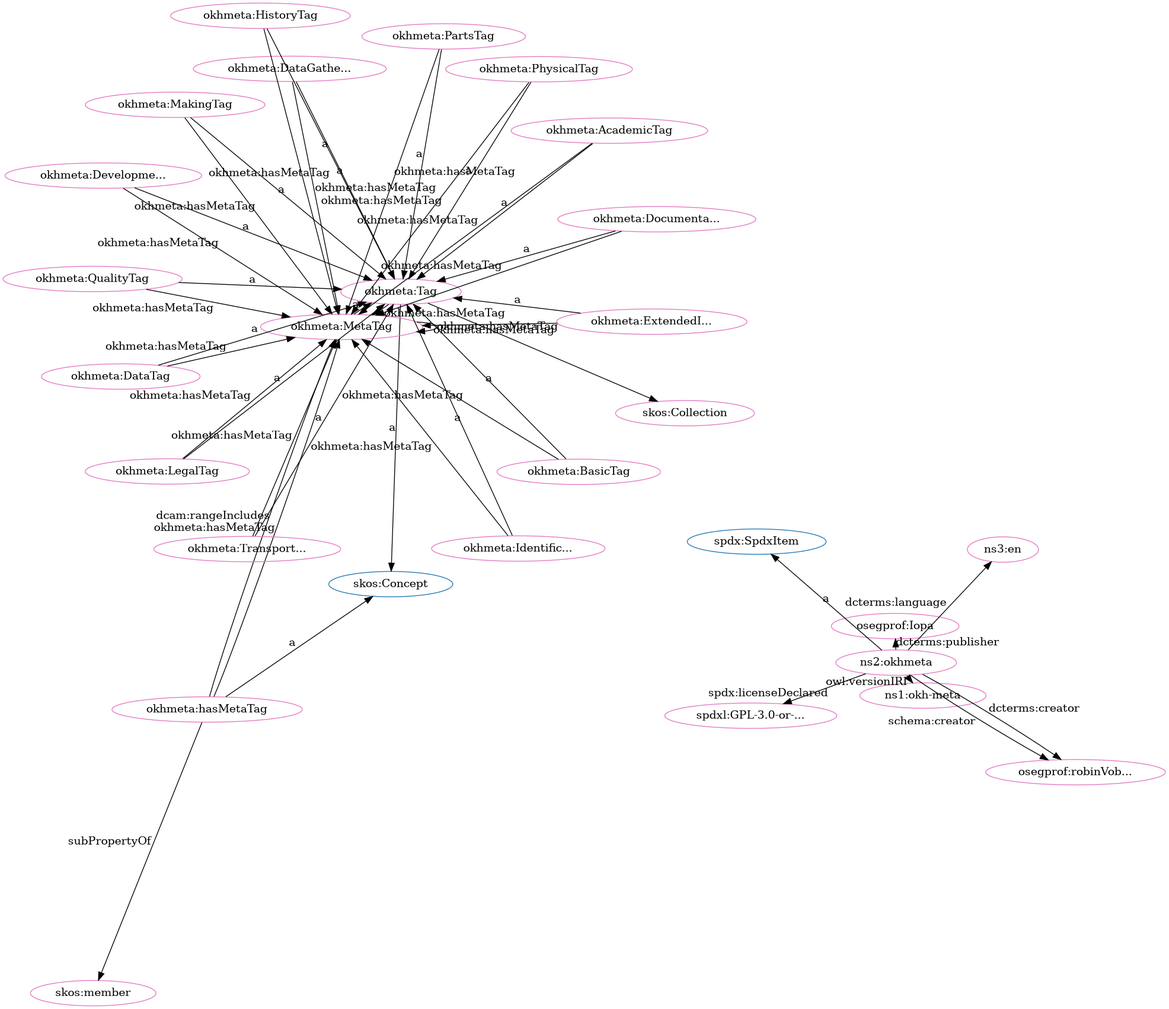
This is src/spec/fdp_okh-meta-clean.png from iop-alliance/OpenKnowHow, a Graphviz export, as it was before one commit. Its source is kept beside it as src/spec/fdp_okh-meta-clean.dot.
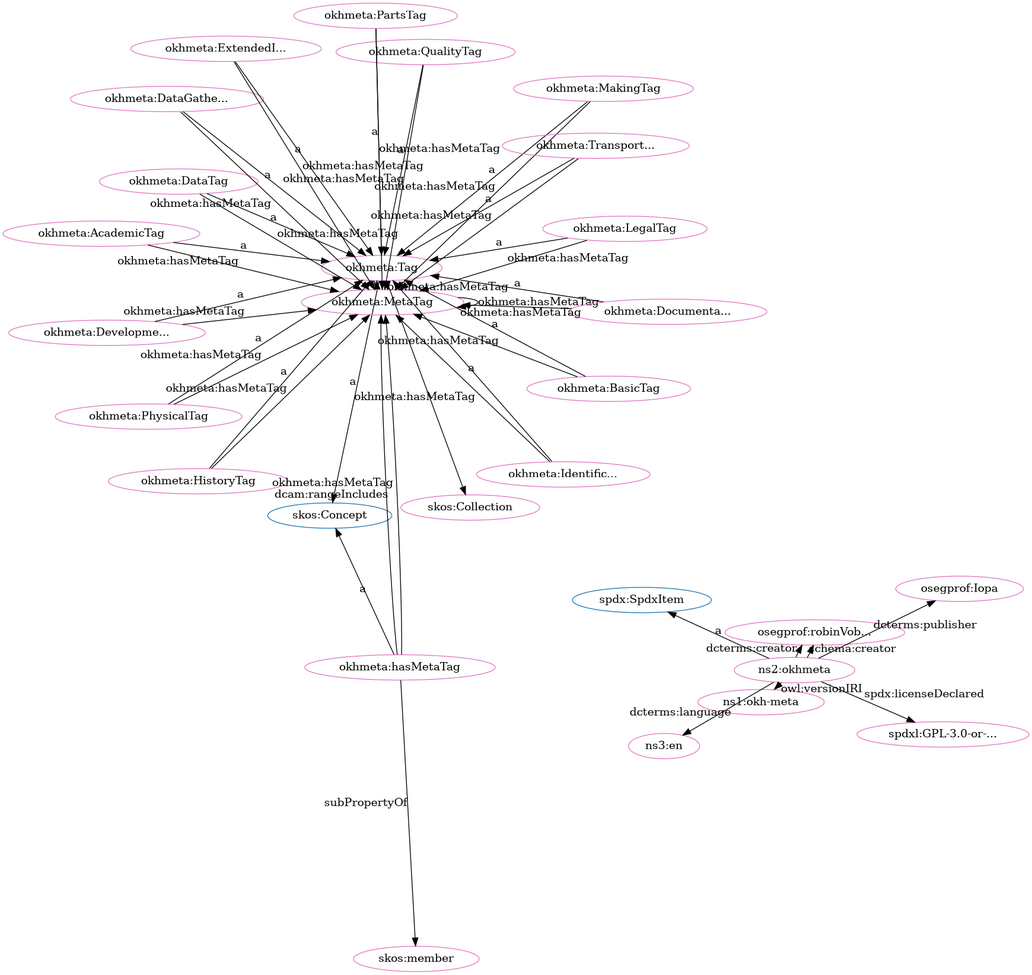
Above is the later version.

The edit, as a diff of the source:
```diff
@@ -1,80 +1,80 @@
 digraph G {
   rankdir=BT
   node[height=.3]
-"http://spdx.org/rdf/terms#SpdxItem" [fillcolor="#1f77b4" color="#1f77b4" label="spdx:SpdxItem"]
-"http://www.w3.org/2004/02/skos/core#Concept" [fillcolor="#1f77b4" color="#1f77b4" label="skos:Concept"]
 "http://www.w3.org/2004/02/skos/core#Collection" [fillcolor="#1f77b4" color="#1f77b4" label="skos:Collection"]
 "http://w3id.org/oseg/ont/okhmeta#Tag" [fillcolor="#1f77b4" color="#1f77b4" label="okhmeta:Tag"]
+"http://www.w3.org/2004/02/skos/core#Concept" [fillcolor="#1f77b4" color="#1f77b4" label="skos:Concept"]
+"http://spdx.org/rdf/terms#SpdxItem" [fillcolor="#1f77b4" color="#1f77b4" label="spdx:SpdxItem"]
+"http://w3id.org/oseg/ont/okhmeta#DataTag" [fillcolor="#e377c2" color="#e377c2" label="okhmeta:DataTag"]
 "http://w3id.org/oseg/ont/okhmeta#MetaTag" [fillcolor="#e377c2" color="#e377c2" label="okhmeta:MetaTag"]
+"http://w3id.org/oseg/ont/oseg-profiles#Iopa" [fillcolor="#e377c2" color="#e377c2" label="osegprof:Iopa"]
+"http://w3id.org/oseg/ont/okhmeta#DevelopmentTag" [fillcolor="#e377c2" color="#e377c2" label="okhmeta:Developme..."]
+"http://w3id.org/oseg/ont/1.1.0/okh-meta" [fillcolor="#e377c2" color="#e377c2" label="ns1:okh-meta"]
+"http://w3id.org/oseg/ont/okhmeta#BasicTag" [fillcolor="#e377c2" color="#e377c2" label="okhmeta:BasicTag"]
+"http://w3id.org/oseg/ont/oseg-profiles#robinVobruba" [fillcolor="#e377c2" color="#e377c2" label="osegprof:robinVob..."]
+"http://w3id.org/oseg/ont/okhmeta#IdentificationTag" [fillcolor="#e377c2" color="#e377c2" label="okhmeta:Identific..."]
+"http://spdx.org/licenses/GPL-3.0-or-later" [fillcolor="#e377c2" color="#e377c2" label="spdxl:GPL-3.0-or-..."]
+"http://w3id.org/oseg/ont/okhmeta" [fillcolor="#e377c2" color="#e377c2" label="ns2:okhmeta"]
+"http://w3id.org/oseg/ont/okhmeta#PhysicalTag" [fillcolor="#e377c2" color="#e377c2" label="okhmeta:PhysicalTag"]
+"http://w3id.org/oseg/ont/okhmeta#AcademicTag" [fillcolor="#e377c2" color="#e377c2" label="okhmeta:AcademicTag"]
+"http://w3id.org/oseg/ont/okhmeta#HistoryTag" [fillcolor="#e377c2" color="#e377c2" label="okhmeta:HistoryTag"]
+"http://w3id.org/oseg/ont/okhmeta#DataGatheringTag" [fillcolor="#e377c2" color="#e377c2" label="okhmeta:DataGathe..."]
 "http://w3id.org/oseg/ont/okhmeta#MakingTag" [fillcolor="#e377c2" color="#e377c2" label="okhmeta:MakingTag"]
-"http://w3id.org/oseg/ont/okhmeta#DataGatheringTag" [fillcolor="#e377c2" color="#e377c2" label="okhmeta:DataGathe..."]
-"http://w3id.org/oseg/ont/okhmeta#Tag" [fillcolor="#e377c2" color="#e377c2" label="okhmeta:Tag"]
-"http://w3id.org/oseg/ont/okhmeta#IdentificationTag" [fillcolor="#e377c2" color="#e377c2" label="okhmeta:Identific..."]
-"http://w3id.org/oseg/ont/okhmeta#ExtendedInfoTag" [fillcolor="#e377c2" color="#e377c2" label="okhmeta:ExtendedI..."]
+"http://w3id.org/oseg/ont/okhmeta#TransportationTag" [fillcolor="#e377c2" color="#e377c2" label="okhmeta:Transport..."]
 "http://w3id.org/oseg/ont/okhmeta#LegalTag" [fillcolor="#e377c2" color="#e377c2" label="okhmeta:LegalTag"]
 "http://w3id.org/oseg/ont/okhmeta#hasMetaTag" [fillcolor="#e377c2" color="#e377c2" label="okhmeta:hasMetaTag"]
+"http://w3id.org/oseg/ont/okhmeta#Tag" [fillcolor="#e377c2" color="#e377c2" label="okhmeta:Tag"]
+"http://w3id.org/oseg/ont/okhmeta#DocumentationTag" [fillcolor="#e377c2" color="#e377c2" label="okhmeta:Documenta..."]
+"http://w3id.org/oseg/ont/okhmeta#ExtendedInfoTag" [fillcolor="#e377c2" color="#e377c2" label="okhmeta:ExtendedI..."]
+"http://id.loc.gov/vocabulary/iso639-1/en" [fillcolor="#e377c2" color="#e377c2" label="ns3:en"]
+"http://www.w3.org/2004/02/skos/core#Collection" [fillcolor="#e377c2" color="#e377c2" label="skos:Collection"]
+"http://w3id.org/oseg/ont/okhmeta#QualityTag" [fillcolor="#e377c2" color="#e377c2" label="okhmeta:QualityTag"]
 "http://www.w3.org/2004/02/skos/core#member" [fillcolor="#e377c2" color="#e377c2" label="skos:member"]
-"http://www.w3.org/2004/02/skos/core#Collection" [fillcolor="#e377c2" color="#e377c2" label="skos:Collection"]
-"http://w3id.org/oseg/ont/oseg-profiles#robinVobruba" [fillcolor="#e377c2" color="#e377c2" label="osegprof:robinVob..."]
-"http://w3id.org/oseg/ont/okhmeta#DevelopmentTag" [fillcolor="#e377c2" color="#e377c2" label="okhmeta:Developme..."]
-"http://w3id.org/oseg/ont/okhmeta#AcademicTag" [fillcolor="#e377c2" color="#e377c2" label="okhmeta:AcademicTag"]
-"http://w3id.org/oseg/ont/1.1.0/okh-meta" [fillcolor="#e377c2" color="#e377c2" label="ns1:okh-meta"]
-"http://w3id.org/oseg/ont/oseg-profiles#Iopa" [fillcolor="#e377c2" color="#e377c2" label="osegprof:Iopa"]
-"http://w3id.org/oseg/ont/okhmeta#PhysicalTag" [fillcolor="#e377c2" color="#e377c2" label="okhmeta:PhysicalTag"]
-"http://w3id.org/oseg/ont/okhmeta" [fillcolor="#e377c2" color="#e377c2" label="ns2:okhmeta"]
-"http://w3id.org/oseg/ont/okhmeta#HistoryTag" [fillcolor="#e377c2" color="#e377c2" label="okhmeta:HistoryTag"]
-"http://w3id.org/oseg/ont/okhmeta#BasicTag" [fillcolor="#e377c2" color="#e377c2" label="okhmeta:BasicTag"]
-"http://w3id.org/oseg/ont/okhmeta#DocumentationTag" [fillcolor="#e377c2" color="#e377c2" label="okhmeta:Documenta..."]
-"http://id.loc.gov/vocabulary/iso639-1/en" [fillcolor="#e377c2" color="#e377c2" label="ns3:en"]
-"http://w3id.org/oseg/ont/okhmeta#QualityTag" [fillcolor="#e377c2" color="#e377c2" label="okhmeta:QualityTag"]
-"http://w3id.org/oseg/ont/okhmeta#DataTag" [fillcolor="#e377c2" color="#e377c2" label="okhmeta:DataTag"]
-"http://spdx.org/licenses/GPL-3.0-or-later" [fillcolor="#e377c2" color="#e377c2" label="spdxl:GPL-3.0-or-..."]
-"http://w3id.org/oseg/ont/okhmeta#TransportationTag" [fillcolor="#e377c2" color="#e377c2" label="okhmeta:Transport..."]
 "http://w3id.org/oseg/ont/okhmeta#PartsTag" [fillcolor="#e377c2" color="#e377c2" label="okhmeta:PartsTag"]
+  "http://w3id.org/oseg/ont/okhmeta#ExtendedInfoTag" -> "http://w3id.org/oseg/ont/okhmeta#MetaTag" [label="okhmeta:hasMetaTag"]
+  "http://w3id.org/oseg/ont/okhmeta#hasMetaTag" -> "http://w3id.org/oseg/ont/okhmeta#MetaTag" [label="dcam:rangeIncludes"]
+  "http://w3id.org/oseg/ont/okhmeta" -> "http://w3id.org/oseg/ont/oseg-profiles#Iopa" [label="dcterms:publisher"]
+  "http://w3id.org/oseg/ont/okhmeta#DevelopmentTag" -> "http://w3id.org/oseg/ont/okhmeta#Tag" [label="a"]
+  "http://w3id.org/oseg/ont/okhmeta#MetaTag" -> "http://w3id.org/oseg/ont/okhmeta#Tag" [label="a"]
+  "http://w3id.org/oseg/ont/okhmeta" -> "http://w3id.org/oseg/ont/1.1.0/okh-meta" [label="owl:versionIRI"]
+  "http://w3id.org/oseg/ont/okhmeta#DataGatheringTag" -> "http://w3id.org/oseg/ont/okhmeta#MetaTag" [label="okhmeta:hasMetaTag"]
+  "http://w3id.org/oseg/ont/okhmeta#BasicTag" -> "http://w3id.org/oseg/ont/okhmeta#Tag" [label="a"]
+  "http://w3id.org/oseg/ont/okhmeta#TransportationTag" -> "http://w3id.org/oseg/ont/okhmeta#MetaTag" [label="okhmeta:hasMetaTag"]
+  "http://w3id.org/oseg/ont/okhmeta#AcademicTag" -> "http://w3id.org/oseg/ont/okhmeta#Tag" [label="a"]
   "http://w3id.org/oseg/ont/okhmeta#MakingTag" -> "http://w3id.org/oseg/ont/okhmeta#Tag" [label="a"]
-  "http://w3id.org/oseg/ont/okhmeta#DataGatheringTag" -> "http://w3id.org/oseg/ont/okhmeta#Tag" [label="a"]
-  "http://w3id.org/oseg/ont/okhmeta#Tag" -> "http://www.w3.org/2004/02/skos/core#Concept" [label="a"]
-  "http://w3id.org/oseg/ont/okhmeta#ExtendedInfoTag" -> "http://w3id.org/oseg/ont/okhmeta#Tag" [label="a"]
-  "http://w3id.org/oseg/ont/okhmeta#LegalTag" -> "http://w3id.org/oseg/ont/okhmeta#Tag" [label="a"]
-  "http://w3id.org/oseg/ont/okhmeta" -> "http://w3id.org/oseg/ont/oseg-profiles#robinVobruba" [label="dcterms:creator"]
-  "http://w3id.org/oseg/ont/okhmeta#AcademicTag" -> "http://w3id.org/oseg/ont/okhmeta#Tag" [label="a"]
-  "http://w3id.org/oseg/ont/okhmeta#TransportationTag" -> "http://w3id.org/oseg/ont/okhmeta#MetaTag" [label="okhmeta:hasMetaTag"]
-  "http://w3id.org/oseg/ont/okhmeta#PhysicalTag" -> "http://w3id.org/oseg/ont/okhmeta#MetaTag" [label="okhmeta:hasMetaTag"]
-  "http://w3id.org/oseg/ont/okhmeta" -> "http://w3id.org/oseg/ont/1.1.0/okh-meta" [label="owl:versionIRI"]
-  "http://w3id.org/oseg/ont/okhmeta" -> "http://w3id.org/oseg/ont/oseg-profiles#Iopa" [label="dcterms:publisher"]
-  "http://w3id.org/oseg/ont/okhmeta#IdentificationTag" -> "http://w3id.org/oseg/ont/okhmeta#MetaTag" [label="okhmeta:hasMetaTag"]
-  "http://w3id.org/oseg/ont/okhmeta" -> "http://spdx.org/rdf/terms#SpdxItem" [label="a"]
-  "http://w3id.org/oseg/ont/okhmeta#HistoryTag" -> "http://w3id.org/oseg/ont/okhmeta#Tag" [label="a"]
-  "http://w3id.org/oseg/ont/okhmeta#BasicTag" -> "http://w3id.org/oseg/ont/okhmeta#Tag" [label="a"]
-  "http://w3id.org/oseg/ont/okhmeta#AcademicTag" -> "http://w3id.org/oseg/ont/okhmeta#MetaTag" [label="okhmeta:hasMetaTag"]
-  "http://w3id.org/oseg/ont/okhmeta#PartsTag" -> "http://w3id.org/oseg/ont/okhmeta#Tag" [label="a"]
-  "http://w3id.org/oseg/ont/okhmeta#MetaTag" -> "http://w3id.org/oseg/ont/okhmeta#MetaTag" [label="okhmeta:hasMetaTag"]
-  "http://w3id.org/oseg/ont/okhmeta#QualityTag" -> "http://w3id.org/oseg/ont/okhmeta#Tag" [label="a"]
-  "http://w3id.org/oseg/ont/okhmeta#DataTag" -> "http://w3id.org/oseg/ont/okhmeta#MetaTag" [label="okhmeta:hasMetaTag"]
-  "http://w3id.org/oseg/ont/okhmeta" -> "http://spdx.org/licenses/GPL-3.0-or-later" [label="spdx:licenseDeclared"]
   "http://w3id.org/oseg/ont/okhmeta#TransportationTag" -> "http://w3id.org/oseg/ont/okhmeta#Tag" [label="a"]
   "http://w3id.org/oseg/ont/okhmeta#DocumentationTag" -> "http://w3id.org/oseg/ont/okhmeta#MetaTag" [label="okhmeta:hasMetaTag"]
-  "http://w3id.org/oseg/ont/okhmeta#ExtendedInfoTag" -> "http://w3id.org/oseg/ont/okhmeta#MetaTag" [label="okhmeta:hasMetaTag"]
-  "http://w3id.org/oseg/ont/okhmeta#HistoryTag" -> "http://w3id.org/oseg/ont/okhmeta#MetaTag" [label="okhmeta:hasMetaTag"]
-  "http://w3id.org/oseg/ont/okhmeta#BasicTag" -> "http://w3id.org/oseg/ont/okhmeta#MetaTag" [label="okhmeta:hasMetaTag"]
-  "http://w3id.org/oseg/ont/okhmeta#IdentificationTag" -> "http://w3id.org/oseg/ont/okhmeta#Tag" [label="a"]
-  "http://w3id.org/oseg/ont/okhmeta#hasMetaTag" -> "http://www.w3.org/2004/02/skos/core#member" [label="subPropertyOf"]
-  "http://w3id.org/oseg/ont/okhmeta#hasMetaTag" -> "http://w3id.org/oseg/ont/okhmeta#MetaTag" [label="dcam:rangeIncludes"]
-  "http://w3id.org/oseg/ont/okhmeta#Tag" -> "http://www.w3.org/2004/02/skos/core#Collection" [label=""]
-  "http://w3id.org/oseg/ont/okhmeta#hasMetaTag" -> "http://www.w3.org/2004/02/skos/core#Concept" [label="a"]
-  "http://w3id.org/oseg/ont/okhmeta#DevelopmentTag" -> "http://w3id.org/oseg/ont/okhmeta#Tag" [label="a"]
-  "http://w3id.org/oseg/ont/okhmeta#Tag" -> "http://w3id.org/oseg/ont/okhmeta#MetaTag" [label="okhmeta:hasMetaTag"]
-  "http://w3id.org/oseg/ont/okhmeta#MetaTag" -> "http://w3id.org/oseg/ont/okhmeta#Tag" [label="a"]
-  "http://w3id.org/oseg/ont/okhmeta#MakingTag" -> "http://w3id.org/oseg/ont/okhmeta#MetaTag" [label="okhmeta:hasMetaTag"]
-  "http://w3id.org/oseg/ont/okhmeta#DataGatheringTag" -> "http://w3id.org/oseg/ont/okhmeta#MetaTag" [label="okhmeta:hasMetaTag"]
-  "http://w3id.org/oseg/ont/okhmeta#PhysicalTag" -> "http://w3id.org/oseg/ont/okhmeta#Tag" [label="a"]
-  "http://w3id.org/oseg/ont/okhmeta#hasMetaTag" -> "http://w3id.org/oseg/ont/okhmeta#MetaTag" [label="okhmeta:hasMetaTag"]
-  "http://w3id.org/oseg/ont/okhmeta#LegalTag" -> "http://w3id.org/oseg/ont/okhmeta#MetaTag" [label="okhmeta:hasMetaTag"]
-  "http://w3id.org/oseg/ont/okhmeta#DevelopmentTag" -> "http://w3id.org/oseg/ont/okhmeta#MetaTag" [label="okhmeta:hasMetaTag"]
-  "http://w3id.org/oseg/ont/okhmeta" -> "http://id.loc.gov/vocabulary/iso639-1/en" [label="dcterms:language"]
+  "http://w3id.org/oseg/ont/okhmeta" -> "http://w3id.org/oseg/ont/oseg-profiles#robinVobruba" [label="dcterms:creator"]
   "http://w3id.org/oseg/ont/okhmeta#QualityTag" -> "http://w3id.org/oseg/ont/okhmeta#MetaTag" [label="okhmeta:hasMetaTag"]
   "http://w3id.org/oseg/ont/okhmeta#PartsTag" -> "http://w3id.org/oseg/ont/okhmeta#MetaTag" [label="okhmeta:hasMetaTag"]
+  "http://w3id.org/oseg/ont/okhmeta#MakingTag" -> "http://w3id.org/oseg/ont/okhmeta#MetaTag" [label="okhmeta:hasMetaTag"]
+  "http://w3id.org/oseg/ont/okhmeta" -> "http://id.loc.gov/vocabulary/iso639-1/en" [label="dcterms:language"]
+  "http://w3id.org/oseg/ont/okhmeta#hasMetaTag" -> "http://www.w3.org/2004/02/skos/core#member" [label="subPropertyOf"]
+  "http://w3id.org/oseg/ont/okhmeta#hasMetaTag" -> "http://w3id.org/oseg/ont/okhmeta#MetaTag" [label="okhmeta:hasMetaTag"]
+  "http://w3id.org/oseg/ont/okhmeta#DataTag" -> "http://w3id.org/oseg/ont/okhmeta#Tag" [label="a"]
+  "http://w3id.org/oseg/ont/okhmeta#DevelopmentTag" -> "http://w3id.org/oseg/ont/okhmeta#MetaTag" [label="okhmeta:hasMetaTag"]
+  "http://w3id.org/oseg/ont/okhmeta#MetaTag" -> "http://w3id.org/oseg/ont/okhmeta#MetaTag" [label="okhmeta:hasMetaTag"]
+  "http://w3id.org/oseg/ont/okhmeta#BasicTag" -> "http://w3id.org/oseg/ont/okhmeta#MetaTag" [label="okhmeta:hasMetaTag"]
+  "http://w3id.org/oseg/ont/okhmeta#AcademicTag" -> "http://w3id.org/oseg/ont/okhmeta#MetaTag" [label="okhmeta:hasMetaTag"]
   "http://w3id.org/oseg/ont/okhmeta" -> "http://w3id.org/oseg/ont/oseg-profiles#robinVobruba" [label="schema:creator"]
-  "http://w3id.org/oseg/ont/okhmeta#DataTag" -> "http://w3id.org/oseg/ont/okhmeta#Tag" [label="a"]
+  "http://w3id.org/oseg/ont/okhmeta#IdentificationTag" -> "http://w3id.org/oseg/ont/okhmeta#Tag" [label="a"]
+  "http://w3id.org/oseg/ont/okhmeta" -> "http://spdx.org/licenses/GPL-3.0-or-later" [label="spdx:licenseDeclared"]
+  "http://w3id.org/oseg/ont/okhmeta" -> "http://spdx.org/rdf/terms#SpdxItem" [label="a"]
+  "http://w3id.org/oseg/ont/okhmeta#PhysicalTag" -> "http://w3id.org/oseg/ont/okhmeta#Tag" [label="a"]
+  "http://w3id.org/oseg/ont/okhmeta#LegalTag" -> "http://w3id.org/oseg/ont/okhmeta#MetaTag" [label="okhmeta:hasMetaTag"]
+  "http://w3id.org/oseg/ont/okhmeta#HistoryTag" -> "http://w3id.org/oseg/ont/okhmeta#Tag" [label="a"]
+  "http://w3id.org/oseg/ont/okhmeta#DataGatheringTag" -> "http://w3id.org/oseg/ont/okhmeta#Tag" [label="a"]
+  "http://w3id.org/oseg/ont/okhmeta#DataTag" -> "http://w3id.org/oseg/ont/okhmeta#MetaTag" [label="okhmeta:hasMetaTag"]
+  "http://w3id.org/oseg/ont/okhmeta#Tag" -> "http://w3id.org/oseg/ont/okhmeta#MetaTag" [label="okhmeta:hasMetaTag"]
+  "http://w3id.org/oseg/ont/okhmeta#LegalTag" -> "http://w3id.org/oseg/ont/okhmeta#Tag" [label="a"]
+  "http://w3id.org/oseg/ont/okhmeta#IdentificationTag" -> "http://w3id.org/oseg/ont/okhmeta#MetaTag" [label="okhmeta:hasMetaTag"]
+  "http://w3id.org/oseg/ont/okhmeta#PhysicalTag" -> "http://w3id.org/oseg/ont/okhmeta#MetaTag" [label="okhmeta:hasMetaTag"]
+  "http://w3id.org/oseg/ont/okhmeta#Tag" -> "http://www.w3.org/2004/02/skos/core#Concept" [label="a"]
   "http://w3id.org/oseg/ont/okhmeta#DocumentationTag" -> "http://w3id.org/oseg/ont/okhmeta#Tag" [label="a"]
+  "http://w3id.org/oseg/ont/okhmeta#hasMetaTag" -> "http://www.w3.org/2004/02/skos/core#Concept" [label="a"]
+  "http://w3id.org/oseg/ont/okhmeta#ExtendedInfoTag" -> "http://w3id.org/oseg/ont/okhmeta#Tag" [label="a"]
+  "http://w3id.org/oseg/ont/okhmeta#HistoryTag" -> "http://w3id.org/oseg/ont/okhmeta#MetaTag" [label="okhmeta:hasMetaTag"]
+  "http://w3id.org/oseg/ont/okhmeta#Tag" -> "http://www.w3.org/2004/02/skos/core#Collection" [label=""]
+  "http://w3id.org/oseg/ont/okhmeta#QualityTag" -> "http://w3id.org/oseg/ont/okhmeta#Tag" [label="a"]
+  "http://w3id.org/oseg/ont/okhmeta#PartsTag" -> "http://w3id.org/oseg/ont/okhmeta#Tag" [label="a"]
 }
```
